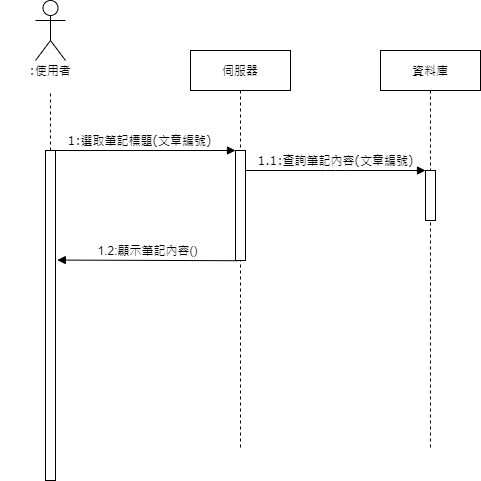
Before: src/main/uml/note-2.png, a diagram exported from draw.io (10746010/Plearnet-back-end). Source tidied: cells renumbered, new cells last; positions are measured from the earlier drawing's top-left corner, leaving out a move shared by most shapes.
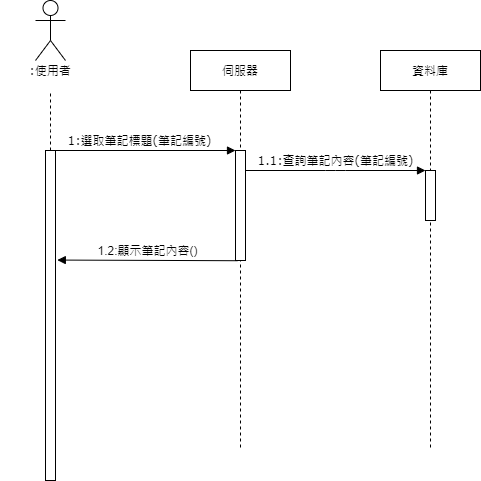
The same file after the commit.

Commit message:
update note Sequence Diagram

Change to the diagram source:
```diff
@@ -20,10 +20,10 @@
     <mxCell id="7" style="html=1;points=[];perimeter=orthogonalPerimeter;rounded=0;shadow=0;comic=0;labelBackgroundColor=none;strokeWidth=1;fontFamily=Verdana;fontSize=12;align=center;" parent="6" vertex="1">
       <mxGeometry x="45" y="100" width="10" height="330" as="geometry" />
     </mxCell>
-    <mxCell id="8" value="1:選取筆記標題(文章編號)" style="html=1;verticalAlign=bottom;endArrow=block;entryX=0;entryY=0;labelBackgroundColor=none;fontFamily=Verdana;fontSize=12;edgeStyle=elbowEdgeStyle;elbow=vertical;" parent="1" edge="1" source="7" target="3">
+    <mxCell id="8" value="1:選取筆記標題(筆記編號)" style="html=1;verticalAlign=bottom;endArrow=block;entryX=0;entryY=0;labelBackgroundColor=none;fontFamily=Verdana;fontSize=12;edgeStyle=elbowEdgeStyle;elbow=vertical;" parent="1" edge="1" source="7" target="3">
       <mxGeometry x="-0.06" relative="1" as="geometry" />
     </mxCell>
-    <mxCell id="9" value="1.1:查詢筆記內容(文章編號)" style="html=1;verticalAlign=bottom;endArrow=block;entryX=0;entryY=0;labelBackgroundColor=none;fontFamily=Verdana;fontSize=12;edgeStyle=elbowEdgeStyle;elbow=vertical;" parent="1" edge="1" source="3" target="5">
+    <mxCell id="9" value="1.1:查詢筆記內容(筆記編號)" style="html=1;verticalAlign=bottom;endArrow=block;entryX=0;entryY=0;labelBackgroundColor=none;fontFamily=Verdana;fontSize=12;edgeStyle=elbowEdgeStyle;elbow=vertical;" parent="1" edge="1" source="3" target="5">
       <mxGeometry relative="1" as="geometry" />
     </mxCell>
     <mxCell id="10" style="shape=umlActor;verticalLabelPosition=bottom;verticalAlign=top;html=1;fillColor=none;gradientColor=none;" parent="1" vertex="1">
```
